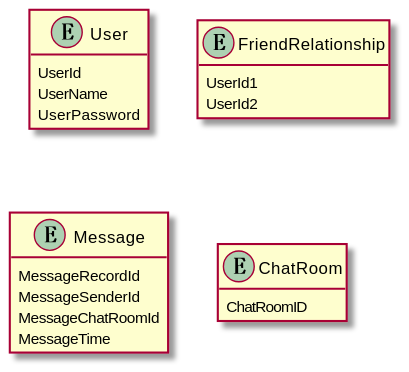
This is wiki/asset/Database_ER.svg from LviatYi/JavaCD, a PlantUML export, as it was before one commit. Its diagram source:
```plantuml
@startUML Database_ER
hide empty members
entity User{
    UserId
    UserName
    UserPassword
}
entity FriendRelationship{
    UserId1
    UserId2
}
entity Message{
    MessageRecordId
    MessageSenderId
    MessageChatRoomId
    MessageTime
}
entity ChatRoom{
    ChatRoomID
}
@enduml
```
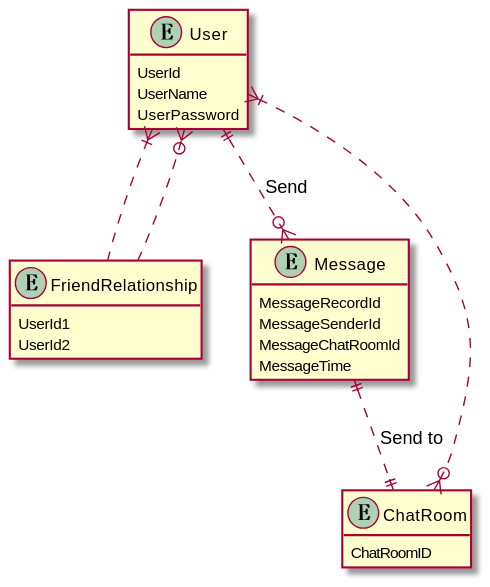
After the change.

What changed in the source:
```diff
@@ -18,4 +18,10 @@
 entity ChatRoom{
     ChatRoomID
 }
-@enduml
+
+User }|.. FriendRelationship
+FriendRelationship ..o{ User
+User ||..o{ Message : Send
+Message ||..|| ChatRoom : Send to
+ChatRoom }o..|{ User
+@endUML
```
